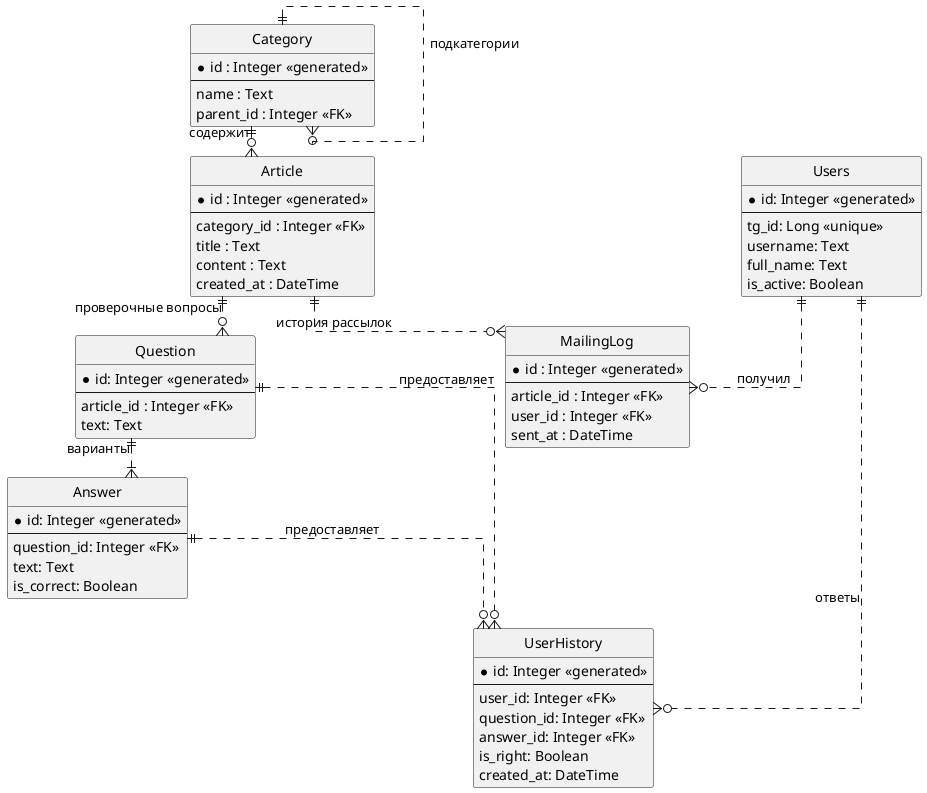
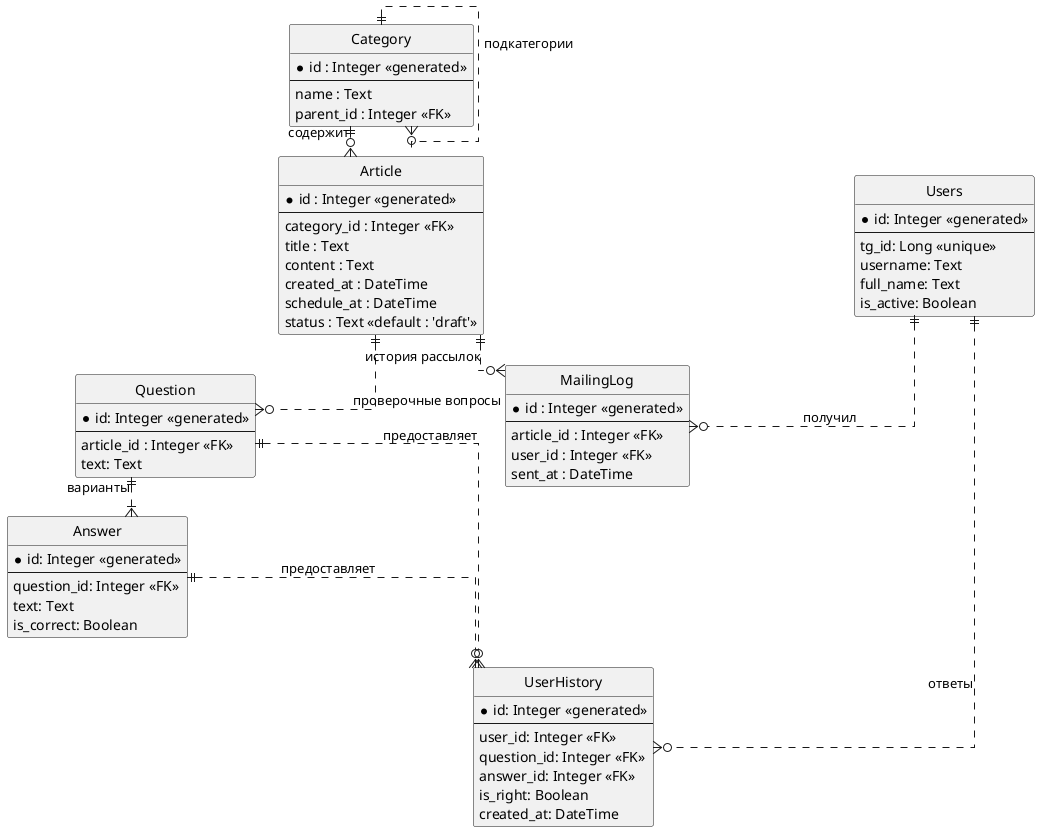
@startuml

hide circle
skinparam linetype ortho
skinparam nodesep 250
skinparam ranksep 30
+ 
entity Category {
  *id : Integer <<generated>>
  --
  name : Text
  parent_id : Integer <<FK>>
}

entity Article {
  *id : Integer <<generated>>
  --
  category_id : Integer <<FK>>
  title : Text
  content : Text
  created_at : DateTime
+   schedule_at : DateTime
+   status : Text <<default : 'draft'>>
}

entity Question {
  *id: Integer <<generated>>
  --
  article_id : Integer <<FK>>
  text: Text
}

entity Answer {
  *id: Integer <<generated>>
  --
  question_id: Integer <<FK>>
  text: Text
  is_correct: Boolean
}

entity Users {
  *id: Integer <<generated>>
  --
  tg_id: Long <<unique>>
  username: Text
  full_name: Text
  is_active: Boolean
}

entity UserHistory {
  *id: Integer <<generated>>
  --
  user_id: Integer <<FK>>
  question_id: Integer <<FK>>
  answer_id: Integer <<FK>>
  is_right: Boolean
  created_at: DateTime
}

entity MailingLog {
  *id : Integer <<generated>>
  --
  article_id : Integer <<FK>>
  user_id : Integer <<FK>>
  sent_at : DateTime
}

' Связи
Category ||..o{ Category : "подкатегории"
Category ||..o{ Article : "содержит"
Article ||..o{ Question : "проверочные вопросы"
Article ||..o{ MailingLog : "история рассылок"
Question ||..|{ Answer : "варианты"
Users ||..o{ UserHistory : "ответы"
Users ||..o{ MailingLog : "получил"
Question ||..o{ UserHistory : "предоставляет"
Answer ||..o{ UserHistory : "предоставляет"

@enduml